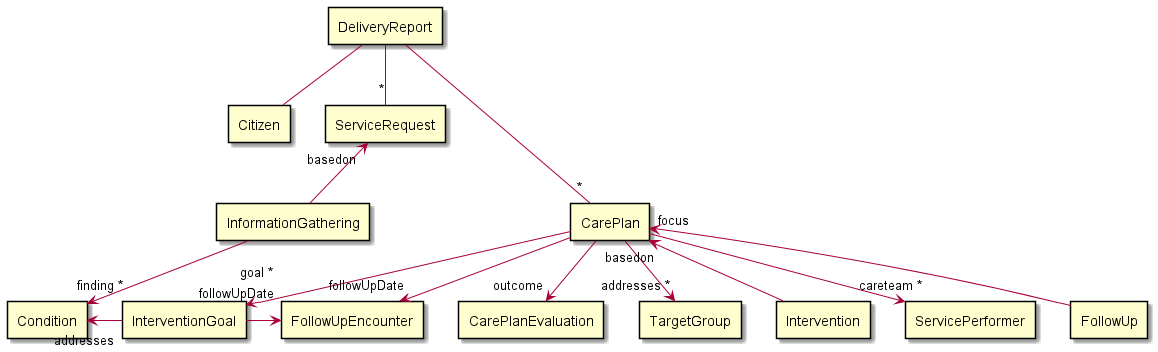
Before: input/images/DeliveryReport.png, a diagram exported from PlantUML (hl7dk/kl-ffb-reporting).
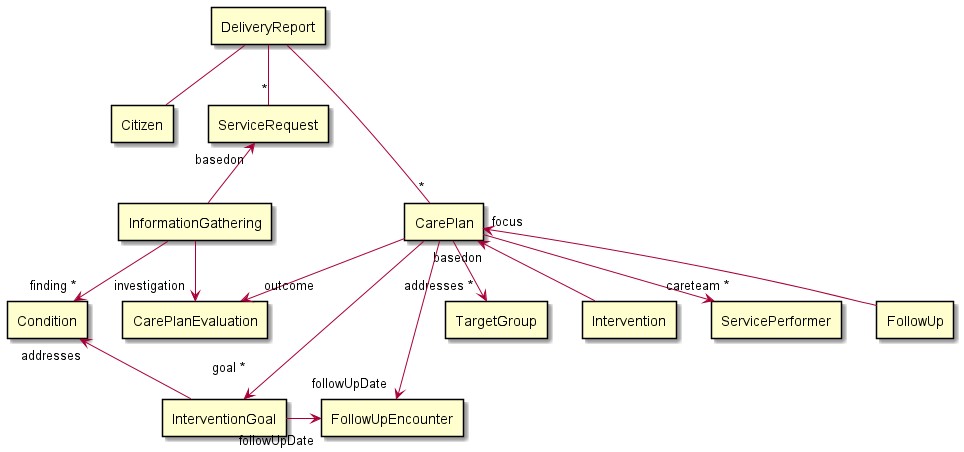
After the change.

Change to the diagram source:
```diff
@@ -6,12 +6,15 @@
 rectangle "ServiceRequest" as request
 
 rectangle "InformationGathering" as information
-rectangle "Condition" as condition
 
 rectangle "CarePlan" as careplan
 
+rectangle "InterventionGoal" as goal
+rectangle "FollowUpEncounter" as encounter
+
+rectangle "Condition" as condition
+
 rectangle "CarePlanEvaluation" as careplanevaluation
-rectangle "InterventionGoal" as goal
 
 rectangle "TargetGroup" as targetgroup
 
@@ -20,13 +23,12 @@
 
 rectangle "FollowUp" as followup
 
-rectangle "FollowUpEncounter" as encounter
-
 report -- citizen
 report --"*" request
 report --"*" careplan
 
 information -->"finding *" condition
+information -->"investigation" careplanevaluation
 
 request "basedon"<-- information
 careplan -->"goal *\n" goal
@@ -35,7 +37,7 @@
 careplan "basedon"<-- intervention
 careplan -->"careteam *" provider
 careplan "focus"<-- followup
-condition "addresses"<- goal
+condition "addresses"<-- goal
 
 careplan -->"followUpDate" encounter
 goal ->"followUpDate" encounter
```
